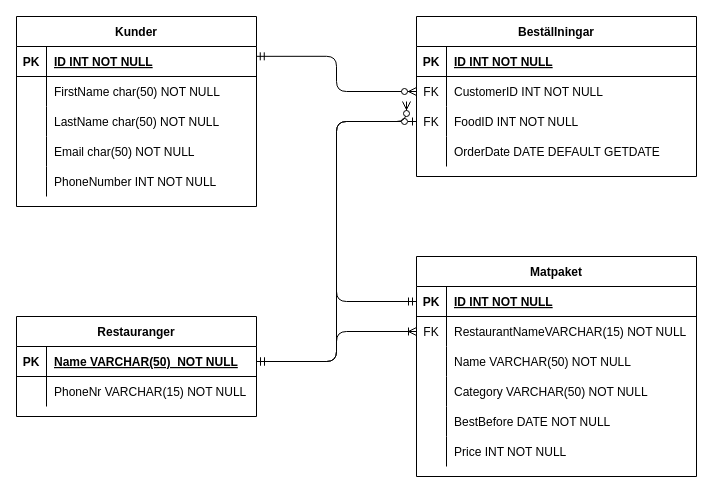
Before: Diagram/Inlämningsuppgift 1.drawio in SebastianG9912/Databasdiagram, a draw.io diagram. Source tidied: cells renumbered, new cells numbered last; positions are measured from the earlier drawing's top-left corner, leaving out a move shared by most shapes. Both pictures are drawn from the tidied source at 100%, with x=0, y=0 at pixel (16, 16).
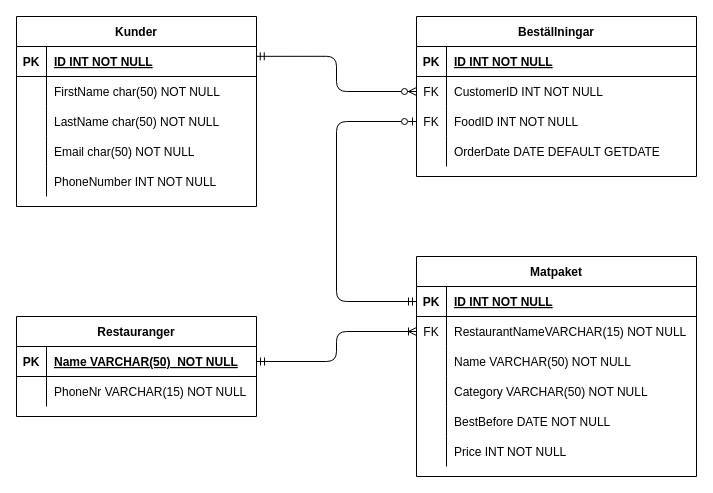
The same diagram, later.

Unchanged cells that the change refers to:
```xml
<mxCell id="5" style="shape=partialRectangle;fillColor=none;points=[[0,0.5],[1,0.5]];portConstraint=eastwest;top=0;left=0;right=0;bottom=1;" parent="4" vertex="1">
  <mxGeometry y="30" width="240" height="30" as="geometry" />
</mxCell>
```

Diff of the diagram source:
```diff
@@
-    <mxCell id="60" style="endArrow=ERzeroToMany;startArrow=ERmandOne;endFill=1;startFill=0;entryX=0;entryY=0.5;entryDx=0;entryDy=0;exitX=1;exitY=0.5;exitDx=0;exitDy=0;edgeStyle=orthogonalEdgeStyle;" parent="1" edge="1" source="5">
-      <mxGeometry relative="1" as="geometry">
-        <mxPoint x="390" y="85" as="targetPoint" />
-        <Array as="points">
-          <mxPoint x="320" y="345" />
-          <mxPoint x="320" y="105" />
-        </Array>
-      </mxGeometry>
-    </mxCell>
```
